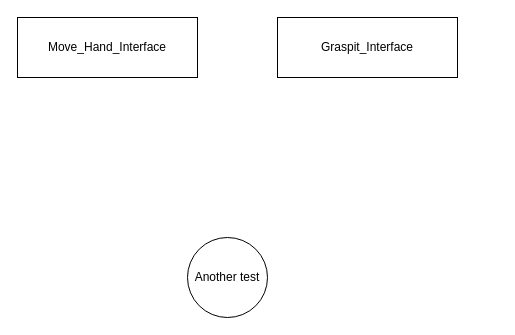
Before: System_diagram.drawio in RoboticsAAU/hand_prosthesis_rl_control_pkgs, a draw.io diagram. Source tidied: cells renumbered, new cells numbered last; positions are measured from the earlier drawing's top-left corner, leaving out a move shared by most shapes. Both pictures are drawn from the tidied source at 100%, with x=0, y=0 at pixel (17, 17).
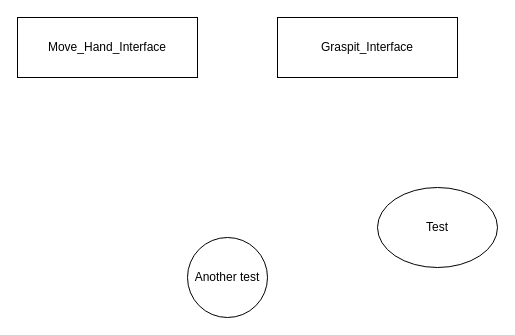
The same diagram, later.

Diff of the diagram source:
```diff
@@
 <mxGraphModel>
   <root>
     <mxCell id="0" />
     <mxCell id="1" parent="0" />
     <mxCell id="2" value="Move_Hand_Interface" style="rounded=0;whiteSpace=wrap;html=1;" parent="1" vertex="1">
       <mxGeometry width="180" height="60" as="geometry" />
     </mxCell>
     <mxCell id="3" value="Another test" style="ellipse;whiteSpace=wrap;html=1;" parent="1" vertex="1">
       <mxGeometry x="170" y="220" width="80" height="80" as="geometry" />
     </mxCell>
     <mxCell id="4" value="Graspit_Interface" style="rounded=0;whiteSpace=wrap;html=1;" parent="1" vertex="1">
       <mxGeometry x="260" width="180" height="60" as="geometry" />
     </mxCell>
+    <mxCell id="5" value="Test" style="ellipse;whiteSpace=wrap;html=1;" parent="1" vertex="1">
+      <mxGeometry x="360" y="170" width="120" height="80" as="geometry" />
+    </mxCell>
   </root>
 </mxGraphModel>
```
